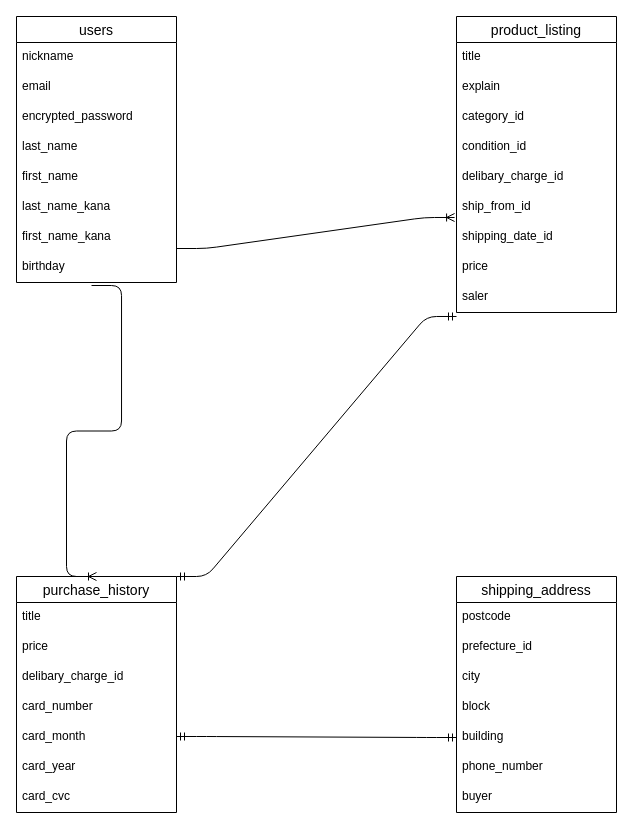
The draw.io diagram app/views/test.dio in seiya-ishizu/furima-38026, before the edit. Source tidied: cells renumbered, new cells numbered last; positions are measured from the earlier drawing's top-left corner, leaving out a move shared by most shapes. Both pictures are drawn from the tidied source at 100%, with x=0, y=0 at pixel (16, 16).
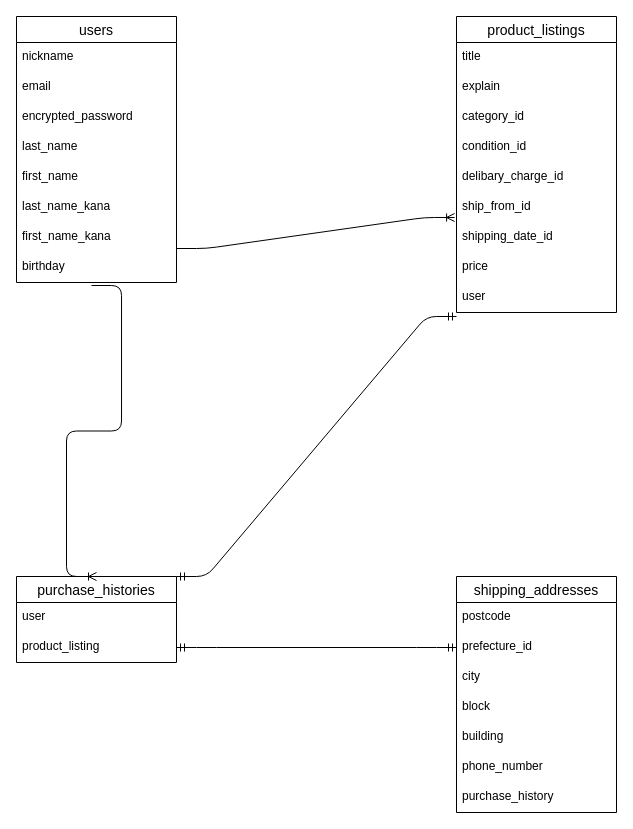
The same diagram, later.

Commit message (it also covers changes not shown here):
テーブル名、カラムの修正

Unchanged cells that the change refers to:
```xml
<mxCell id="31" value="prefecture_id" style="text;strokeColor=none;fillColor=none;spacingLeft=4;spacingRight=4;overflow=hidden;points=[[0,0.5],[1,0.5]];portConstraint=eastwest;fontSize=12;" parent="29" vertex="1">
  <mxGeometry y="56" width="160" height="30" as="geometry" />
</mxCell>
<mxCell id="34" value="building" style="text;strokeColor=none;fillColor=none;spacingLeft=4;spacingRight=4;overflow=hidden;points=[[0,0.5],[1,0.5]];portConstraint=eastwest;fontSize=12;" parent="29" vertex="1">
  <mxGeometry y="146" width="160" height="30" as="geometry" />
</mxCell>
```

The edit, as a diff of the source:
```diff
@@
-    <mxCell id="11" value="product_listing" style="swimlane;fontStyle=0;horizontal=1;startSize=26;align=center;fontSize=14;" parent="1" vertex="1">
+    <mxCell id="11" value="product_listings" style="swimlane;fontStyle=0;horizontal=1;startSize=26;align=center;fontSize=14;" parent="1" vertex="1">
       <mxGeometry x="440" width="160" height="296" as="geometry" />
     </mxCell>
@@
-    <mxCell id="20" value="saler" style="text;strokeColor=none;fillColor=none;spacingLeft=4;spacingRight=4;overflow=hidden;points=[[0,0.5],[1,0.5]];portConstraint=eastwest;fontSize=12;" parent="11" vertex="1">
+    <mxCell id="20" value="user" style="text;strokeColor=none;fillColor=none;spacingLeft=4;spacingRight=4;overflow=hidden;points=[[0,0.5],[1,0.5]];portConstraint=eastwest;fontSize=12;" parent="11" vertex="1">
       <mxGeometry y="266" width="160" height="30" as="geometry" />
     </mxCell>
-    <mxCell id="21" value="purchase_history" style="swimlane;fontStyle=0;horizontal=1;startSize=26;align=center;fontSize=14;" parent="1" vertex="1">
-      <mxGeometry y="560" width="160" height="236" as="geometry" />
+    <mxCell id="21" value="purchase_histories" style="swimlane;fontStyle=0;horizontal=1;startSize=26;align=center;fontSize=14;" parent="1" vertex="1">
+      <mxGeometry y="560" width="160" height="86" as="geometry" />
     </mxCell>
-    <mxCell id="22" value="title" style="text;strokeColor=none;fillColor=none;spacingLeft=4;spacingRight=4;overflow=hidden;fontSize=12;" parent="21" vertex="1">
+    <mxCell id="22" value="user" style="text;strokeColor=none;fillColor=none;spacingLeft=4;spacingRight=4;overflow=hidden;fontSize=12;" parent="21" vertex="1">
       <mxGeometry y="26" width="160" height="30" as="geometry" />
     </mxCell>
-    <mxCell id="23" value="price" style="text;strokeColor=none;fillColor=none;spacingLeft=4;spacingRight=4;overflow=hidden;points=[[0,0.5],[1,0.5]];portConstraint=eastwest;fontSize=12;" parent="21" vertex="1">
+    <mxCell id="23" value="product_listing" style="text;strokeColor=none;fillColor=none;spacingLeft=4;spacingRight=4;overflow=hidden;points=[[0,0.5],[1,0.5]];portConstraint=eastwest;fontSize=12;" parent="21" vertex="1">
       <mxGeometry y="56" width="160" height="30" as="geometry" />
     </mxCell>
-    <mxCell id="24" value="delibary_charge_id" style="text;strokeColor=none;fillColor=none;spacingLeft=4;spacingRight=4;overflow=hidden;fontSize=12;" parent="21" vertex="1">
-      <mxGeometry y="86" width="160" height="30" as="geometry" />
-    </mxCell>
-    <mxCell id="25" value="card_number" style="text;strokeColor=none;fillColor=none;spacingLeft=4;spacingRight=4;overflow=hidden;fontSize=12;" parent="21" vertex="1">
-      <mxGeometry y="116" width="160" height="30" as="geometry" />
-    </mxCell>
-    <mxCell id="26" value="card_month" style="text;strokeColor=none;fillColor=none;spacingLeft=4;spacingRight=4;overflow=hidden;fontSize=12;" parent="21" vertex="1">
-      <mxGeometry y="146" width="160" height="30" as="geometry" />
-    </mxCell>
-    <mxCell id="27" value="card_year" style="text;strokeColor=none;fillColor=none;spacingLeft=4;spacingRight=4;overflow=hidden;fontSize=12;" parent="21" vertex="1">
-      <mxGeometry y="176" width="160" height="30" as="geometry" />
-    </mxCell>
-    <mxCell id="28" value="card_cvc" style="text;strokeColor=none;fillColor=none;spacingLeft=4;spacingRight=4;overflow=hidden;fontSize=12;" parent="21" vertex="1">
-      <mxGeometry y="206" width="160" height="30" as="geometry" />
-    </mxCell>
-    <mxCell id="29" value="shipping_address" style="swimlane;fontStyle=0;horizontal=1;startSize=26;align=center;fontSize=14;" parent="1" vertex="1">
+    <mxCell id="29" value="shipping_addresses" style="swimlane;fontStyle=0;horizontal=1;startSize=26;align=center;fontSize=14;" parent="1" vertex="1">
       <mxGeometry x="440" y="560" width="160" height="236" as="geometry" />
     </mxCell>
@@
-    <mxCell id="36" value="buyer" style="text;strokeColor=none;fillColor=none;spacingLeft=4;spacingRight=4;overflow=hidden;fontSize=12;" parent="29" vertex="1">
+    <mxCell id="36" value="purchase_history" style="text;strokeColor=none;fillColor=none;spacingLeft=4;spacingRight=4;overflow=hidden;fontSize=12;" parent="29" vertex="1">
       <mxGeometry y="206" width="160" height="30" as="geometry" />
     </mxCell>
@@
-    <mxCell id="40" style="edgeStyle=entityRelationEdgeStyle;fontSize=12;html=1;endArrow=ERmandOne;startArrow=ERmandOne;" parent="1" edge="1" target="34">
-      <mxGeometry relative="1" as="geometry">
-        <mxPoint x="160" y="720" as="sourcePoint" />
-      </mxGeometry>
+    <mxCell id="40" style="edgeStyle=entityRelationEdgeStyle;fontSize=12;html=1;endArrow=ERmandOne;startArrow=ERmandOne;entryX=0;entryY=0.5;entryDx=0;entryDy=0;exitX=1;exitY=0.5;exitDx=0;exitDy=0;" parent="1" edge="1" source="23" target="31">
+      <mxGeometry relative="1" as="geometry" />
     </mxCell>
```
